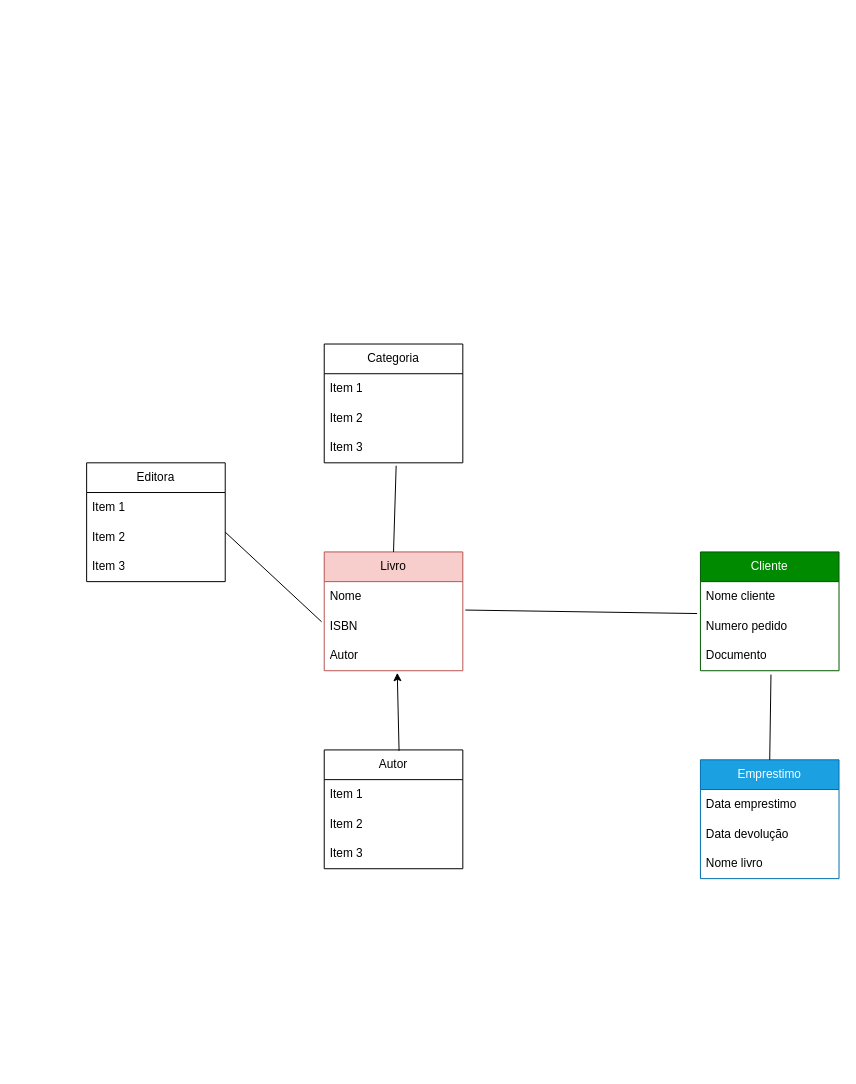
perseul/draw.io keeps this draw.io diagram as UML-ANHANGUERA.drawio. Above is the earlier version. Source tidied: cells renumbered, new cells numbered last; positions are measured from the earlier drawing's top-left corner, leaving out a move shared by most shapes. Both pictures are drawn from the tidied source at 99%, with x=0, y=0 at pixel (86, 344).
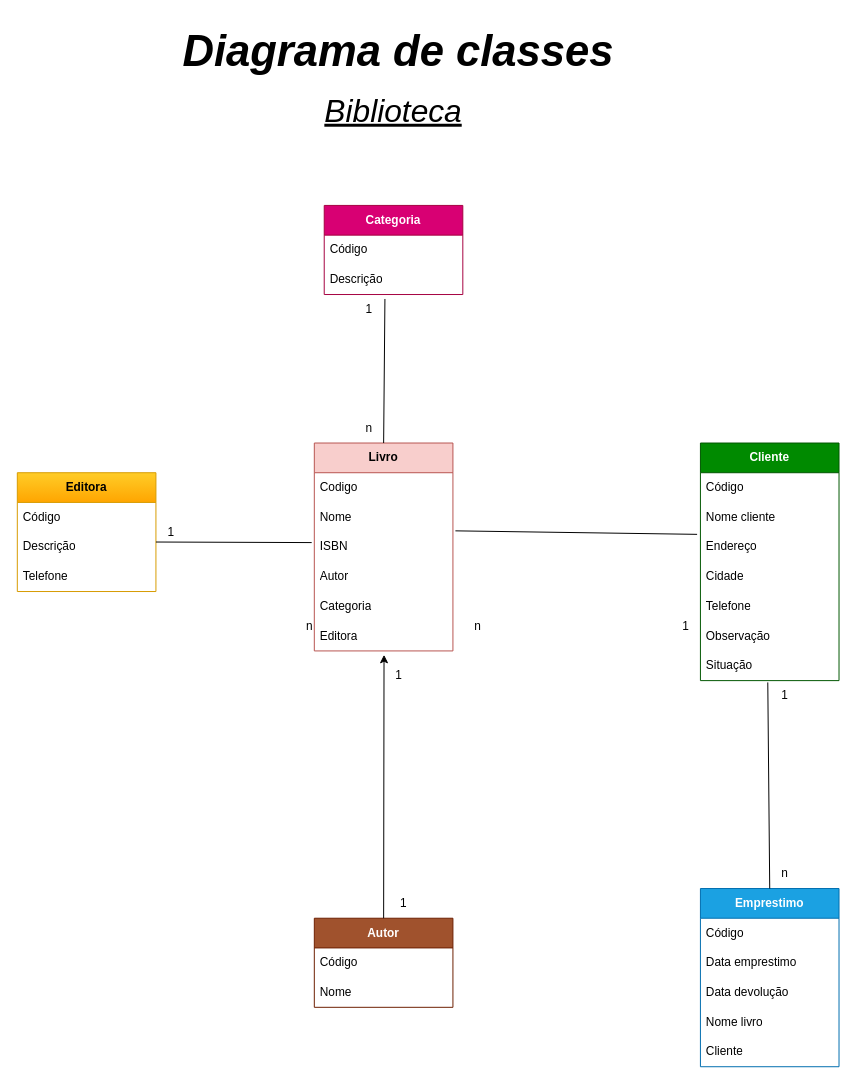
The same diagram, later.

Change to the diagram source:
```diff
@@
-    <mxCell id="2" value="Livro" style="swimlane;fontStyle=0;horizontal=1;startSize=30;whiteSpace=wrap;html=1;fillColor=#f8cecc;strokeColor=#b85450;" parent="1" vertex="1">
-      <mxGeometry x="240" y="210" width="140" height="120" as="geometry" />
+    <mxCell id="2" value="&lt;b&gt;Livro&lt;/b&gt;" style="swimlane;fontStyle=0;horizontal=1;startSize=30;whiteSpace=wrap;html=1;fillColor=#f8cecc;strokeColor=#b85450;" parent="1" vertex="1">
+      <mxGeometry x="230" y="100" width="140" height="210" as="geometry" />
     </mxCell>
+    <mxCell id="31" value="Codigo" style="text;strokeColor=none;fillColor=none;align=left;verticalAlign=middle;spacingLeft=4;spacingRight=4;overflow=hidden;whiteSpace=wrap;html=1;" parent="2" vertex="1">
+      <mxGeometry y="30" width="140" height="30" as="geometry" />
+    </mxCell>
     <mxCell id="3" value="Nome" style="text;strokeColor=none;fillColor=none;align=left;verticalAlign=middle;spacingLeft=4;spacingRight=4;overflow=hidden;whiteSpace=wrap;html=1;" parent="2" vertex="1">
-      <mxGeometry y="30" width="140" height="30" as="geometry" />
+      <mxGeometry y="60" width="140" height="30" as="geometry" />
     </mxCell>
     <mxCell id="4" value="ISBN" style="text;strokeColor=none;fillColor=none;align=left;verticalAlign=middle;spacingLeft=4;spacingRight=4;overflow=hidden;points=[[0,0.5],[1,0.5]];portConstraint=eastwest;whiteSpace=wrap;html=1;" parent="2" vertex="1">
-      <mxGeometry y="60" width="140" height="30" as="geometry" />
+      <mxGeometry y="90" width="140" height="30" as="geometry" />
     </mxCell>
     <mxCell id="5" value="Autor" style="text;strokeColor=none;fillColor=none;align=left;verticalAlign=middle;spacingLeft=4;spacingRight=4;overflow=hidden;points=[[0,0.5],[1,0.5]];portConstraint=eastwest;whiteSpace=wrap;html=1;" parent="2" vertex="1">
-      <mxGeometry y="90" width="140" height="30" as="geometry" />
+      <mxGeometry y="120" width="140" height="30" as="geometry" />
     </mxCell>
+    <mxCell id="32" value="Categoria" style="text;strokeColor=none;fillColor=none;align=left;verticalAlign=middle;spacingLeft=4;spacingRight=4;overflow=hidden;whiteSpace=wrap;html=1;" parent="2" vertex="1">
+      <mxGeometry y="150" width="140" height="30" as="geometry" />
+    </mxCell>
+    <mxCell id="33" value="Editora" style="text;strokeColor=none;fillColor=none;align=left;verticalAlign=middle;spacingLeft=4;spacingRight=4;overflow=hidden;points=[[0,0.5],[1,0.5]];portConstraint=eastwest;whiteSpace=wrap;html=1;" parent="2" vertex="1">
+      <mxGeometry y="180" width="140" height="30" as="geometry" />
+    </mxCell>
-    <mxCell id="6" value="Emprestimo" style="swimlane;fontStyle=0;horizontal=1;startSize=30;whiteSpace=wrap;html=1;fillColor=#1ba1e2;strokeColor=#006EAF;fontColor=#ffffff;" parent="1" vertex="1">
-      <mxGeometry x="620" y="420" width="140" height="120" as="geometry" />
+    <mxCell id="6" value="&lt;b&gt;Emprestimo&lt;/b&gt;" style="swimlane;fontStyle=0;horizontal=1;startSize=30;whiteSpace=wrap;html=1;fillColor=#1ba1e2;strokeColor=#006EAF;fontColor=#ffffff;" parent="1" vertex="1">
+      <mxGeometry x="620" y="550" width="140" height="180" as="geometry" />
     </mxCell>
+    <mxCell id="34" value="Código" style="text;strokeColor=none;fillColor=none;align=left;verticalAlign=middle;spacingLeft=4;spacingRight=4;overflow=hidden;whiteSpace=wrap;html=1;" parent="6" vertex="1">
+      <mxGeometry y="30" width="140" height="30" as="geometry" />
+    </mxCell>
     <mxCell id="7" value="Data emprestimo" style="text;strokeColor=none;fillColor=none;align=left;verticalAlign=middle;spacingLeft=4;spacingRight=4;overflow=hidden;whiteSpace=wrap;html=1;" parent="6" vertex="1">
-      <mxGeometry y="30" width="140" height="30" as="geometry" />
+      <mxGeometry y="60" width="140" height="30" as="geometry" />
     </mxCell>
     <mxCell id="8" value="Data devolução" style="text;strokeColor=none;fillColor=none;align=left;verticalAlign=middle;spacingLeft=4;spacingRight=4;overflow=hidden;whiteSpace=wrap;html=1;" parent="6" vertex="1">
-      <mxGeometry y="60" width="140" height="30" as="geometry" />
+      <mxGeometry y="90" width="140" height="30" as="geometry" />
     </mxCell>
     <mxCell id="9" value="Nome livro" style="text;strokeColor=none;fillColor=none;align=left;verticalAlign=middle;spacingLeft=4;spacingRight=4;overflow=hidden;whiteSpace=wrap;html=1;" parent="6" vertex="1">
-      <mxGeometry y="90" width="140" height="30" as="geometry" />
+      <mxGeometry y="120" width="140" height="30" as="geometry" />
     </mxCell>
+    <mxCell id="35" value="Cliente" style="text;strokeColor=none;fillColor=none;align=left;verticalAlign=middle;spacingLeft=4;spacingRight=4;overflow=hidden;whiteSpace=wrap;html=1;" parent="6" vertex="1">
+      <mxGeometry y="150" width="140" height="30" as="geometry" />
+    </mxCell>
-    <mxCell id="10" value="Cliente" style="swimlane;fontStyle=0;horizontal=1;startSize=30;whiteSpace=wrap;html=1;fillColor=#008a00;fontColor=#ffffff;strokeColor=#005700;" parent="1" vertex="1">
-      <mxGeometry x="620" y="210" width="140" height="120" as="geometry" />
+    <mxCell id="10" value="&lt;b&gt;Cliente&lt;/b&gt;" style="swimlane;fontStyle=0;horizontal=1;startSize=30;whiteSpace=wrap;html=1;fillColor=#008a00;fontColor=#ffffff;strokeColor=#005700;" parent="1" vertex="1">
+      <mxGeometry x="620" y="100" width="140" height="240" as="geometry" />
     </mxCell>
+    <mxCell id="36" value="Código" style="text;strokeColor=none;fillColor=none;align=left;verticalAlign=middle;spacingLeft=4;spacingRight=4;overflow=hidden;whiteSpace=wrap;html=1;" parent="10" vertex="1">
+      <mxGeometry y="30" width="140" height="30" as="geometry" />
+    </mxCell>
     <mxCell id="11" value="Nome cliente" style="text;strokeColor=none;fillColor=none;align=left;verticalAlign=middle;spacingLeft=4;spacingRight=4;overflow=hidden;whiteSpace=wrap;html=1;" parent="10" vertex="1">
-      <mxGeometry y="30" width="140" height="30" as="geometry" />
+      <mxGeometry y="60" width="140" height="30" as="geometry" />
     </mxCell>
-    <mxCell id="12" value="Numero pedido" style="text;strokeColor=none;fillColor=none;align=left;verticalAlign=middle;spacingLeft=4;spacingRight=4;overflow=hidden;points=[[0,0.5],[1,0.5]];portConstraint=eastwest;whiteSpace=wrap;html=1;" parent="10" vertex="1">
-      <mxGeometry y="60" width="140" height="30" as="geometry" />
+    <mxCell id="12" value="Endereço" style="text;strokeColor=none;fillColor=none;align=left;verticalAlign=middle;spacingLeft=4;spacingRight=4;overflow=hidden;points=[[0,0.5],[1,0.5]];portConstraint=eastwest;whiteSpace=wrap;html=1;" parent="10" vertex="1">
+      <mxGeometry y="90" width="140" height="30" as="geometry" />
     </mxCell>
-    <mxCell id="13" value="Documento" style="text;strokeColor=none;fillColor=none;align=left;verticalAlign=middle;spacingLeft=4;spacingRight=4;overflow=hidden;points=[[0,0.5],[1,0.5]];portConstraint=eastwest;whiteSpace=wrap;html=1;" parent="10" vertex="1">
-      <mxGeometry y="90" width="140" height="30" as="geometry" />
+    <mxCell id="13" value="Cidade" style="text;strokeColor=none;fillColor=none;align=left;verticalAlign=middle;spacingLeft=4;spacingRight=4;overflow=hidden;points=[[0,0.5],[1,0.5]];portConstraint=eastwest;whiteSpace=wrap;html=1;" parent="10" vertex="1">
+      <mxGeometry y="120" width="140" height="30" as="geometry" />
     </mxCell>
+    <mxCell id="37" value="Telefone" style="text;strokeColor=none;fillColor=none;align=left;verticalAlign=middle;spacingLeft=4;spacingRight=4;overflow=hidden;whiteSpace=wrap;html=1;" parent="10" vertex="1">
+      <mxGeometry y="150" width="140" height="30" as="geometry" />
+    </mxCell>
+    <mxCell id="38" value="Observação" style="text;strokeColor=none;fillColor=none;align=left;verticalAlign=middle;spacingLeft=4;spacingRight=4;overflow=hidden;whiteSpace=wrap;html=1;" parent="10" vertex="1">
+      <mxGeometry y="180" width="140" height="30" as="geometry" />
+    </mxCell>
+    <mxCell id="39" value="Situação" style="text;strokeColor=none;fillColor=none;align=left;verticalAlign=middle;spacingLeft=4;spacingRight=4;overflow=hidden;points=[[0,0.5],[1,0.5]];portConstraint=eastwest;whiteSpace=wrap;html=1;" parent="10" vertex="1">
+      <mxGeometry y="210" width="140" height="30" as="geometry" />
+    </mxCell>
-    <mxCell id="14" value="Autor" style="swimlane;fontStyle=0;horizontal=1;startSize=30;whiteSpace=wrap;html=1;" parent="1" vertex="1">
-      <mxGeometry x="240" y="410" width="140" height="120" as="geometry" />
+    <mxCell id="14" value="&lt;b&gt;Autor&lt;/b&gt;" style="swimlane;fontStyle=0;horizontal=1;startSize=30;whiteSpace=wrap;html=1;fillColor=#a0522d;fontColor=#ffffff;strokeColor=#6D1F00;" parent="1" vertex="1">
+      <mxGeometry x="230" y="580" width="140" height="90" as="geometry" />
     </mxCell>
-    <mxCell id="15" value="Item 1" style="text;strokeColor=none;fillColor=none;align=left;verticalAlign=middle;spacingLeft=4;spacingRight=4;overflow=hidden;whiteSpace=wrap;html=1;" parent="14" vertex="1">
+    <mxCell id="15" value="Código" style="text;strokeColor=none;fillColor=none;align=left;verticalAlign=middle;spacingLeft=4;spacingRight=4;overflow=hidden;whiteSpace=wrap;html=1;" parent="14" vertex="1">
       <mxGeometry y="30" width="140" height="30" as="geometry" />
     </mxCell>
-    <mxCell id="16" value="Item 2" style="text;strokeColor=none;fillColor=none;align=left;verticalAlign=middle;spacingLeft=4;spacingRight=4;overflow=hidden;whiteSpace=wrap;html=1;" parent="14" vertex="1">
+    <mxCell id="16" value="Nome" style="text;strokeColor=none;fillColor=none;align=left;verticalAlign=middle;spacingLeft=4;spacingRight=4;overflow=hidden;whiteSpace=wrap;html=1;" parent="14" vertex="1">
       <mxGeometry y="60" width="140" height="30" as="geometry" />
     </mxCell>
-    <mxCell id="17" value="Item 3" style="text;strokeColor=none;fillColor=none;align=left;verticalAlign=middle;spacingLeft=4;spacingRight=4;overflow=hidden;whiteSpace=wrap;html=1;" parent="14" vertex="1">
-      <mxGeometry y="90" width="140" height="30" as="geometry" />
-    </mxCell>
-    <mxCell id="18" value="Editora" style="swimlane;fontStyle=0;horizontal=1;startSize=30;whiteSpace=wrap;html=1;" parent="1" vertex="1">
-      <mxGeometry y="120" width="140" height="120" as="geometry" />
+    <mxCell id="18" value="&lt;b&gt;Editora&lt;/b&gt;" style="swimlane;fontStyle=0;horizontal=1;startSize=30;whiteSpace=wrap;html=1;fillColor=#ffcd28;strokeColor=#d79b00;gradientColor=#ffa500;" parent="1" vertex="1">
+      <mxGeometry x="-70" y="130" width="140" height="120" as="geometry" />
     </mxCell>
-    <mxCell id="19" value="Item 1" style="text;strokeColor=none;fillColor=none;align=left;verticalAlign=middle;spacingLeft=4;spacingRight=4;overflow=hidden;whiteSpace=wrap;html=1;" parent="18" vertex="1">
+    <mxCell id="19" value="Código" style="text;strokeColor=none;fillColor=none;align=left;verticalAlign=middle;spacingLeft=4;spacingRight=4;overflow=hidden;whiteSpace=wrap;html=1;" parent="18" vertex="1">
       <mxGeometry y="30" width="140" height="30" as="geometry" />
     </mxCell>
-    <mxCell id="20" value="Item 2" style="text;strokeColor=none;fillColor=none;align=left;verticalAlign=middle;spacingLeft=4;spacingRight=4;overflow=hidden;whiteSpace=wrap;html=1;" parent="18" vertex="1">
-      <mxGeometry y="60" width="140" height="30" as="geometry" />
-    </mxCell>
@@
-    <mxCell id="22" value="Item 3" style="text;strokeColor=none;fillColor=none;align=left;verticalAlign=middle;spacingLeft=4;spacingRight=4;overflow=hidden;whiteSpace=wrap;html=1;" parent="18" vertex="1">
-      <mxGeometry y="90" width="140" height="30" as="geometry" />
+    <mxCell id="22" value="Descrição" style="text;strokeColor=none;fillColor=none;align=left;verticalAlign=middle;spacingLeft=4;spacingRight=4;overflow=hidden;whiteSpace=wrap;html=1;" parent="18" vertex="1">
+      <mxGeometry y="60" width="140" height="30" as="geometry" />
     </mxCell>
+    <mxCell id="40" value="Telefone" style="text;strokeColor=none;fillColor=none;align=left;verticalAlign=middle;spacingLeft=4;spacingRight=4;overflow=hidden;whiteSpace=wrap;html=1;" parent="18" vertex="1">
+      <mxGeometry y="90" width="140" height="30" as="geometry" />
+    </mxCell>
-    <mxCell id="23" value="Categoria" style="swimlane;fontStyle=0;horizontal=1;startSize=30;whiteSpace=wrap;html=1;" parent="1" vertex="1">
-      <mxGeometry x="240" width="140" height="120" as="geometry" />
+    <mxCell id="23" value="&lt;b&gt;Categoria&lt;/b&gt;" style="swimlane;fontStyle=0;horizontal=1;startSize=30;whiteSpace=wrap;html=1;fillColor=#d80073;fontColor=#ffffff;strokeColor=#A50040;" parent="1" vertex="1">
+      <mxGeometry x="240" y="-140" width="140" height="90" as="geometry" />
     </mxCell>
-    <mxCell id="24" value="Item 1" style="text;strokeColor=none;fillColor=none;align=left;verticalAlign=middle;spacingLeft=4;spacingRight=4;overflow=hidden;whiteSpace=wrap;html=1;" parent="23" vertex="1">
+    <mxCell id="24" value="Código" style="text;strokeColor=none;fillColor=none;align=left;verticalAlign=middle;spacingLeft=4;spacingRight=4;overflow=hidden;whiteSpace=wrap;html=1;" parent="23" vertex="1">
       <mxGeometry y="30" width="140" height="30" as="geometry" />
     </mxCell>
-    <mxCell id="25" value="Item 2" style="text;strokeColor=none;fillColor=none;align=left;verticalAlign=middle;spacingLeft=4;spacingRight=4;overflow=hidden;whiteSpace=wrap;html=1;" parent="23" vertex="1">
+    <mxCell id="25" value="Descrição" style="text;strokeColor=none;fillColor=none;align=left;verticalAlign=middle;spacingLeft=4;spacingRight=4;overflow=hidden;whiteSpace=wrap;html=1;" parent="23" vertex="1">
       <mxGeometry y="60" width="140" height="30" as="geometry" />
     </mxCell>
-    <mxCell id="26" value="Item 3" style="text;strokeColor=none;fillColor=none;align=left;verticalAlign=middle;spacingLeft=4;spacingRight=4;overflow=hidden;points=[[0,0.5],[1,0.5]];portConstraint=eastwest;whiteSpace=wrap;html=1;" parent="23" vertex="1">
-      <mxGeometry y="90" width="140" height="30" as="geometry" />
-    </mxCell>
-    <mxCell id="27" style="endArrow=classic;html=1;rounded=0;exitX=0.54;exitY=0.008;exitDx=0;exitDy=0;entryX=0.527;entryY=1.07;entryDx=0;entryDy=0;entryPerimeter=0;exitPerimeter=0;" parent="1" edge="1" source="14" target="5">
+    <mxCell id="27" style="endArrow=classic;html=1;rounded=0;exitX=0.5;exitY=0;exitDx=0;exitDy=0;entryX=0.503;entryY=1.131;entryDx=0;entryDy=0;entryPerimeter=0;" parent="1" edge="1" source="14" target="33">
       <mxGeometry relative="1" as="geometry" />
     </mxCell>
-    <mxCell id="28" style="endArrow=none;html=1;rounded=0;exitX=0.5;exitY=0;exitDx=0;exitDy=0;entryX=0.519;entryY=1.098;entryDx=0;entryDy=0;entryPerimeter=0;" parent="1" edge="1" source="2" target="26">
+    <mxCell id="28" style="endArrow=none;html=1;rounded=0;exitX=0.5;exitY=0;exitDx=0;exitDy=0;entryX=1.044;entryY=0.15;entryDx=0;entryDy=0;entryPerimeter=0;" parent="1" edge="1" source="2" target="41">
       <mxGeometry relative="1" as="geometry" />
     </mxCell>
@@
-    <mxCell id="30" style="endArrow=none;html=1;rounded=0;entryX=0.509;entryY=1.13;entryDx=0;entryDy=0;entryPerimeter=0;exitX=0.5;exitY=0;exitDx=0;exitDy=0;" parent="1" edge="1" source="6" target="13">
+    <mxCell id="30" style="endArrow=none;html=1;rounded=0;exitX=0.5;exitY=0;exitDx=0;exitDy=0;entryX=0.486;entryY=1.061;entryDx=0;entryDy=0;entryPerimeter=0;" parent="1" edge="1" source="6" target="39">
       <mxGeometry relative="1" as="geometry" />
     </mxCell>
+    <mxCell id="41" value="1" style="text;html=1;align=center;verticalAlign=middle;points=[];strokeColor=none;fillColor=none;" parent="1" vertex="1">
+      <mxGeometry x="270" y="-50" width="30" height="30" as="geometry" />
+    </mxCell>
+    <mxCell id="42" value="n" style="text;html=1;align=center;verticalAlign=middle;strokeColor=none;fillColor=none;" parent="1" vertex="1">
+      <mxGeometry x="270" y="70" width="30" height="30" as="geometry" />
+    </mxCell>
+    <mxCell id="43" value="1" style="text;html=1;align=center;verticalAlign=middle;strokeColor=none;fillColor=none;" parent="1" vertex="1">
+      <mxGeometry x="590" y="270" width="30" height="30" as="geometry" />
+    </mxCell>
+    <mxCell id="44" value="n" style="text;html=1;align=center;verticalAlign=middle;strokeColor=none;fillColor=none;" parent="1" vertex="1">
+      <mxGeometry x="380" y="270" width="30" height="30" as="geometry" />
+    </mxCell>
+    <mxCell id="45" value="1" style="text;html=1;align=center;verticalAlign=middle;strokeColor=none;fillColor=none;" parent="1" vertex="1">
+      <mxGeometry x="70" y="175" width="30" height="30" as="geometry" />
+    </mxCell>
+    <mxCell id="46" value="n" style="text;html=1;align=center;verticalAlign=middle;strokeColor=none;fillColor=none;" parent="1" vertex="1">
+      <mxGeometry x="210" y="270" width="30" height="30" as="geometry" />
+    </mxCell>
+    <mxCell id="47" value="1" style="text;html=1;align=center;verticalAlign=middle;strokeColor=none;fillColor=none;" parent="1" vertex="1">
+      <mxGeometry x="300" y="320" width="30" height="30" as="geometry" />
+    </mxCell>
+    <mxCell id="48" value="1" style="text;html=1;align=center;verticalAlign=middle;strokeColor=none;fillColor=none;" parent="1" vertex="1">
+      <mxGeometry x="305" y="550" width="30" height="30" as="geometry" />
+    </mxCell>
+    <mxCell id="49" value="1" style="text;html=1;align=center;verticalAlign=middle;strokeColor=none;fillColor=none;" parent="1" vertex="1">
+      <mxGeometry x="690" y="340" width="30" height="30" as="geometry" />
+    </mxCell>
+    <mxCell id="50" value="n" style="text;html=1;align=center;verticalAlign=middle;strokeColor=none;fillColor=none;" parent="1" vertex="1">
+      <mxGeometry x="690" y="520" width="30" height="30" as="geometry" />
+    </mxCell>
+    <mxCell id="51" value="&lt;span style=&quot;font-size: 44px;&quot;&gt;&lt;b&gt;&lt;i&gt;Diagrama de classes&lt;/i&gt;&lt;/b&gt;&lt;/span&gt;" style="text;html=1;strokeColor=none;fillColor=none;align=center;verticalAlign=middle;whiteSpace=wrap;rounded=0;" parent="1" vertex="1">
+      <mxGeometry x="60" y="-330" width="510" height="70" as="geometry" />
+    </mxCell>
+    <mxCell id="52" value="&lt;font style=&quot;font-size: 32px;&quot;&gt;&lt;u style=&quot;&quot;&gt;&lt;i&gt;Biblioteca&lt;/i&gt;&lt;/u&gt;&lt;/font&gt;" style="text;html=1;strokeColor=none;fillColor=none;align=center;verticalAlign=middle;whiteSpace=wrap;rounded=0;" parent="1" vertex="1">
+      <mxGeometry x="55" y="-270" width="510" height="70" as="geometry" />
+    </mxCell>
```
